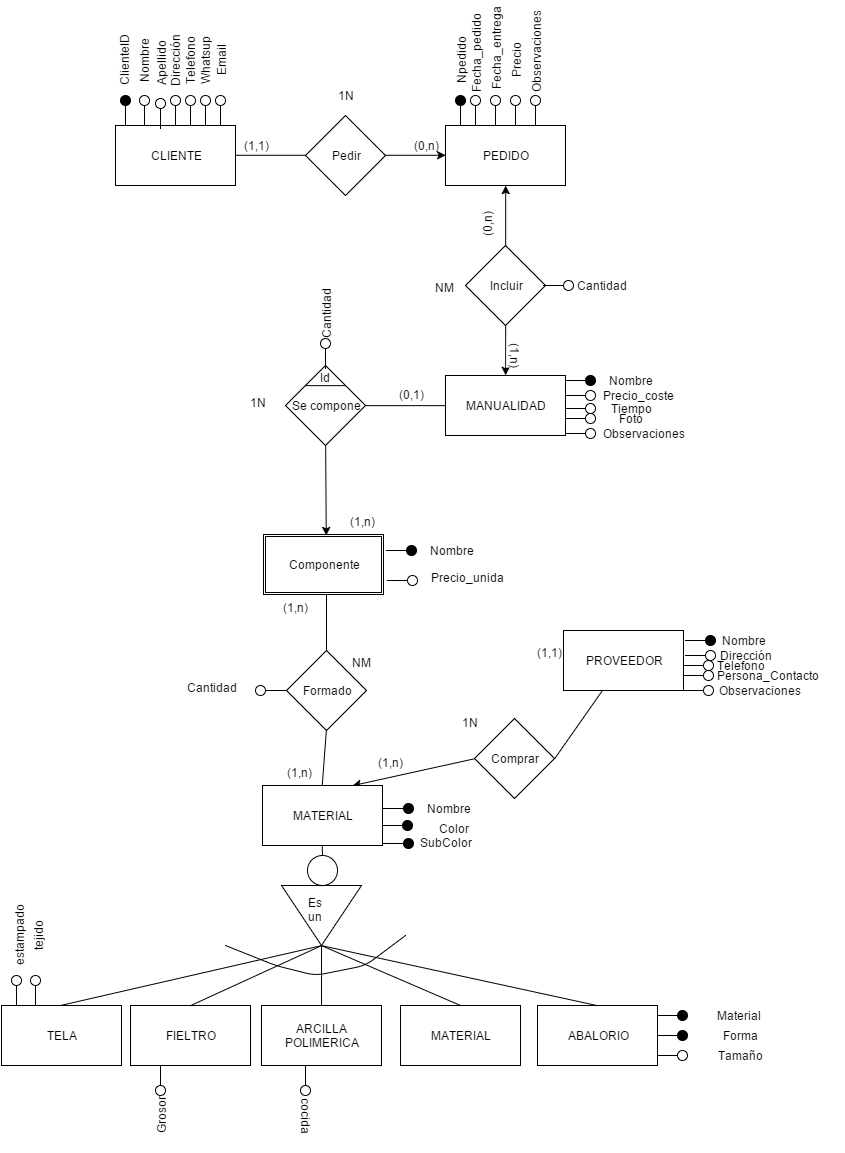
Before: desvan de mika.png, a diagram exported from draw.io (jaborfer/proyectobbdd). Source tidied: cells renumbered, new cells last; positions are measured from the earlier drawing's top-left corner, leaving out a move shared by most shapes.
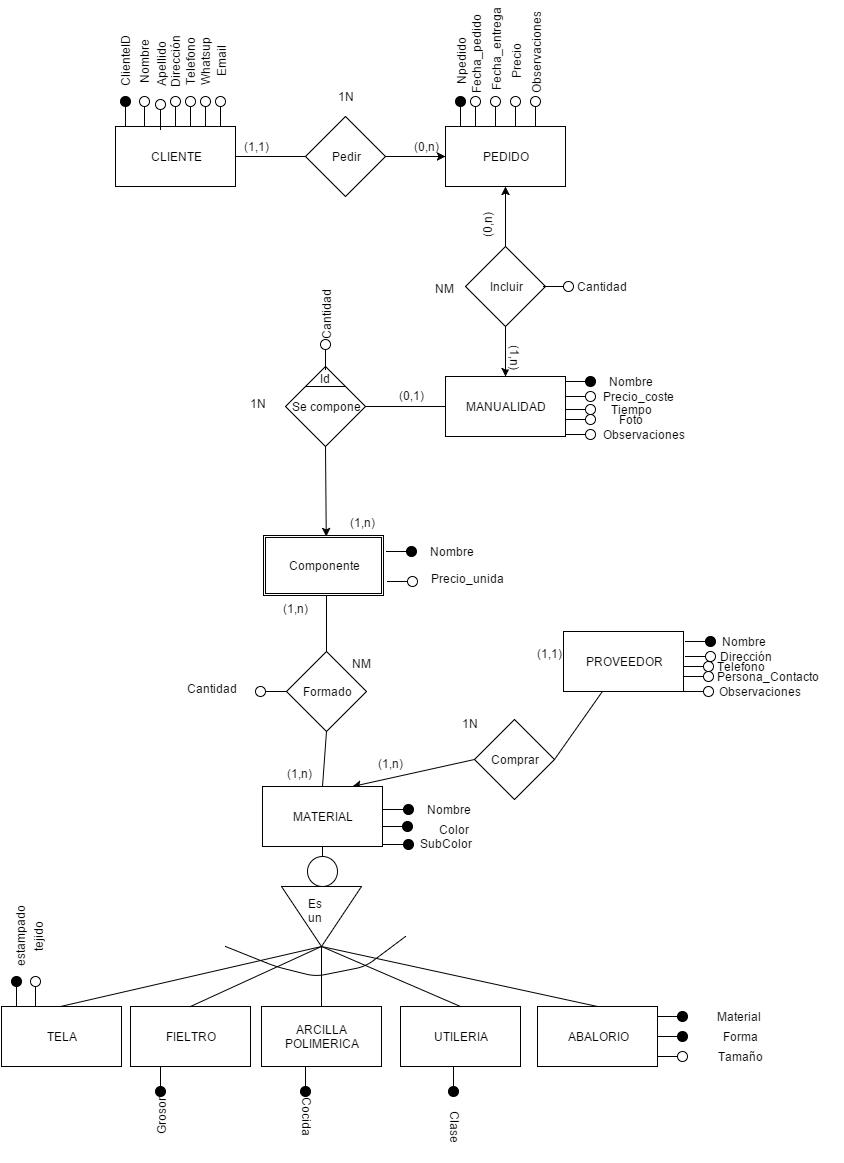
The same file after the commit.

Change to the diagram source:
```diff
@@ -232,7 +232,7 @@
     <mxCell id="74" value="ARCILLA&lt;div&gt;POLIMERICA&lt;/div&gt;" style="whiteSpace=wrap;html=1;fillColor=none;" parent="1" vertex="1">
       <mxGeometry x="277" y="967" width="120" height="60" as="geometry" />
     </mxCell>
-    <mxCell id="75" value="MATERIAL" style="whiteSpace=wrap;html=1;fillColor=none;" parent="1" vertex="1">
+    <mxCell id="75" value="UTILERIA" style="whiteSpace=wrap;html=1;fillColor=none;" parent="1" vertex="1">
       <mxGeometry x="416" y="967" width="120" height="60" as="geometry" />
     </mxCell>
     <mxCell id="76" value="ABALORIO" style="whiteSpace=wrap;html=1;fillColor=none;" parent="1" vertex="1">
@@ -321,7 +321,7 @@
     <mxCell id="101" value="Nombre" style="text;html=1;strokeColor=none;fillColor=none;align=center;verticalAlign=middle;whiteSpace=wrap;overflow=hidden;rotation=0;" parent="1" vertex="1">
       <mxGeometry x="429" y="760" width="70" height="20" as="geometry" />
     </mxCell>
-    <mxCell id="102" style="shape=lollipop;direction=south;html=1;fillColor=none;rotation=-90;" parent="1" vertex="1">
+    <mxCell id="102" style="shape=lollipop;direction=south;html=1;fillColor=#000000;rotation=-90;" parent="1" vertex="1">
       <mxGeometry x="17" y="947" width="30" height="10" as="geometry" />
     </mxCell>
     <mxCell id="103" value="estampado" style="text;html=1;strokeColor=none;fillColor=none;align=center;verticalAlign=middle;whiteSpace=wrap;overflow=hidden;rotation=-90;" parent="1" vertex="1">
@@ -333,16 +333,16 @@
     <mxCell id="105" value="tejido" style="text;html=1;strokeColor=none;fillColor=none;align=center;verticalAlign=middle;whiteSpace=wrap;overflow=hidden;rotation=-90;" parent="1" vertex="1">
       <mxGeometry x="19" y="887" width="70" height="20" as="geometry" />
     </mxCell>
-    <mxCell id="106" style="shape=lollipop;direction=south;html=1;fillColor=none;rotation=90;" parent="1" vertex="1">
+    <mxCell id="106" style="shape=lollipop;direction=south;html=1;fillColor=#000000;rotation=90;" parent="1" vertex="1">
       <mxGeometry x="161" y="1037" width="30" height="10" as="geometry" />
     </mxCell>
     <mxCell id="107" value="Grosor" style="text;html=1;strokeColor=none;fillColor=none;align=center;verticalAlign=middle;whiteSpace=wrap;overflow=hidden;rotation=-90;" parent="1" vertex="1">
       <mxGeometry x="141" y="1057" width="70" height="40" as="geometry" />
     </mxCell>
-    <mxCell id="108" style="shape=lollipop;direction=south;html=1;fillColor=none;rotation=90;" parent="1" vertex="1">
+    <mxCell id="108" style="shape=lollipop;direction=south;html=1;fillColor=#000000;rotation=90;" parent="1" vertex="1">
       <mxGeometry x="306" y="1037" width="30" height="10" as="geometry" />
     </mxCell>
-    <mxCell id="109" value="cocida" style="text;html=1;strokeColor=none;fillColor=none;align=center;verticalAlign=middle;whiteSpace=wrap;overflow=hidden;rotation=90;" parent="1" vertex="1">
+    <mxCell id="109" value="Cocida" style="text;html=1;strokeColor=none;fillColor=none;align=center;verticalAlign=middle;whiteSpace=wrap;overflow=hidden;rotation=90;" parent="1" vertex="1">
       <mxGeometry x="287" y="1067" width="70" height="20" as="geometry" />
     </mxCell>
     <mxCell id="110" style="shape=lollipop;direction=south;html=1;fillColor=#000000;rotation=0;" parent="1" vertex="1">
@@ -414,5 +414,11 @@
     <mxCell id="132" style="shape=lollipop;direction=south;html=1;fillColor=#000000;rotation=0;" parent="1" vertex="1">
       <mxGeometry x="398" y="782" width="30" height="10" as="geometry" />
     </mxCell>
+    <mxCell id="133" style="shape=lollipop;direction=south;html=1;fillColor=#000000;rotation=90;" parent="1" vertex="1">
+      <mxGeometry x="454" y="1037" width="30" height="10" as="geometry" />
+    </mxCell>
+    <mxCell id="134" value="Clase" style="text;html=1;strokeColor=none;fillColor=none;align=center;verticalAlign=middle;whiteSpace=wrap;overflow=hidden;rotation=90;" parent="1" vertex="1">
+      <mxGeometry x="436" y="1077" width="70" height="20" as="geometry" />
+    </mxCell>
   </root>
 </mxGraphModel>
```
